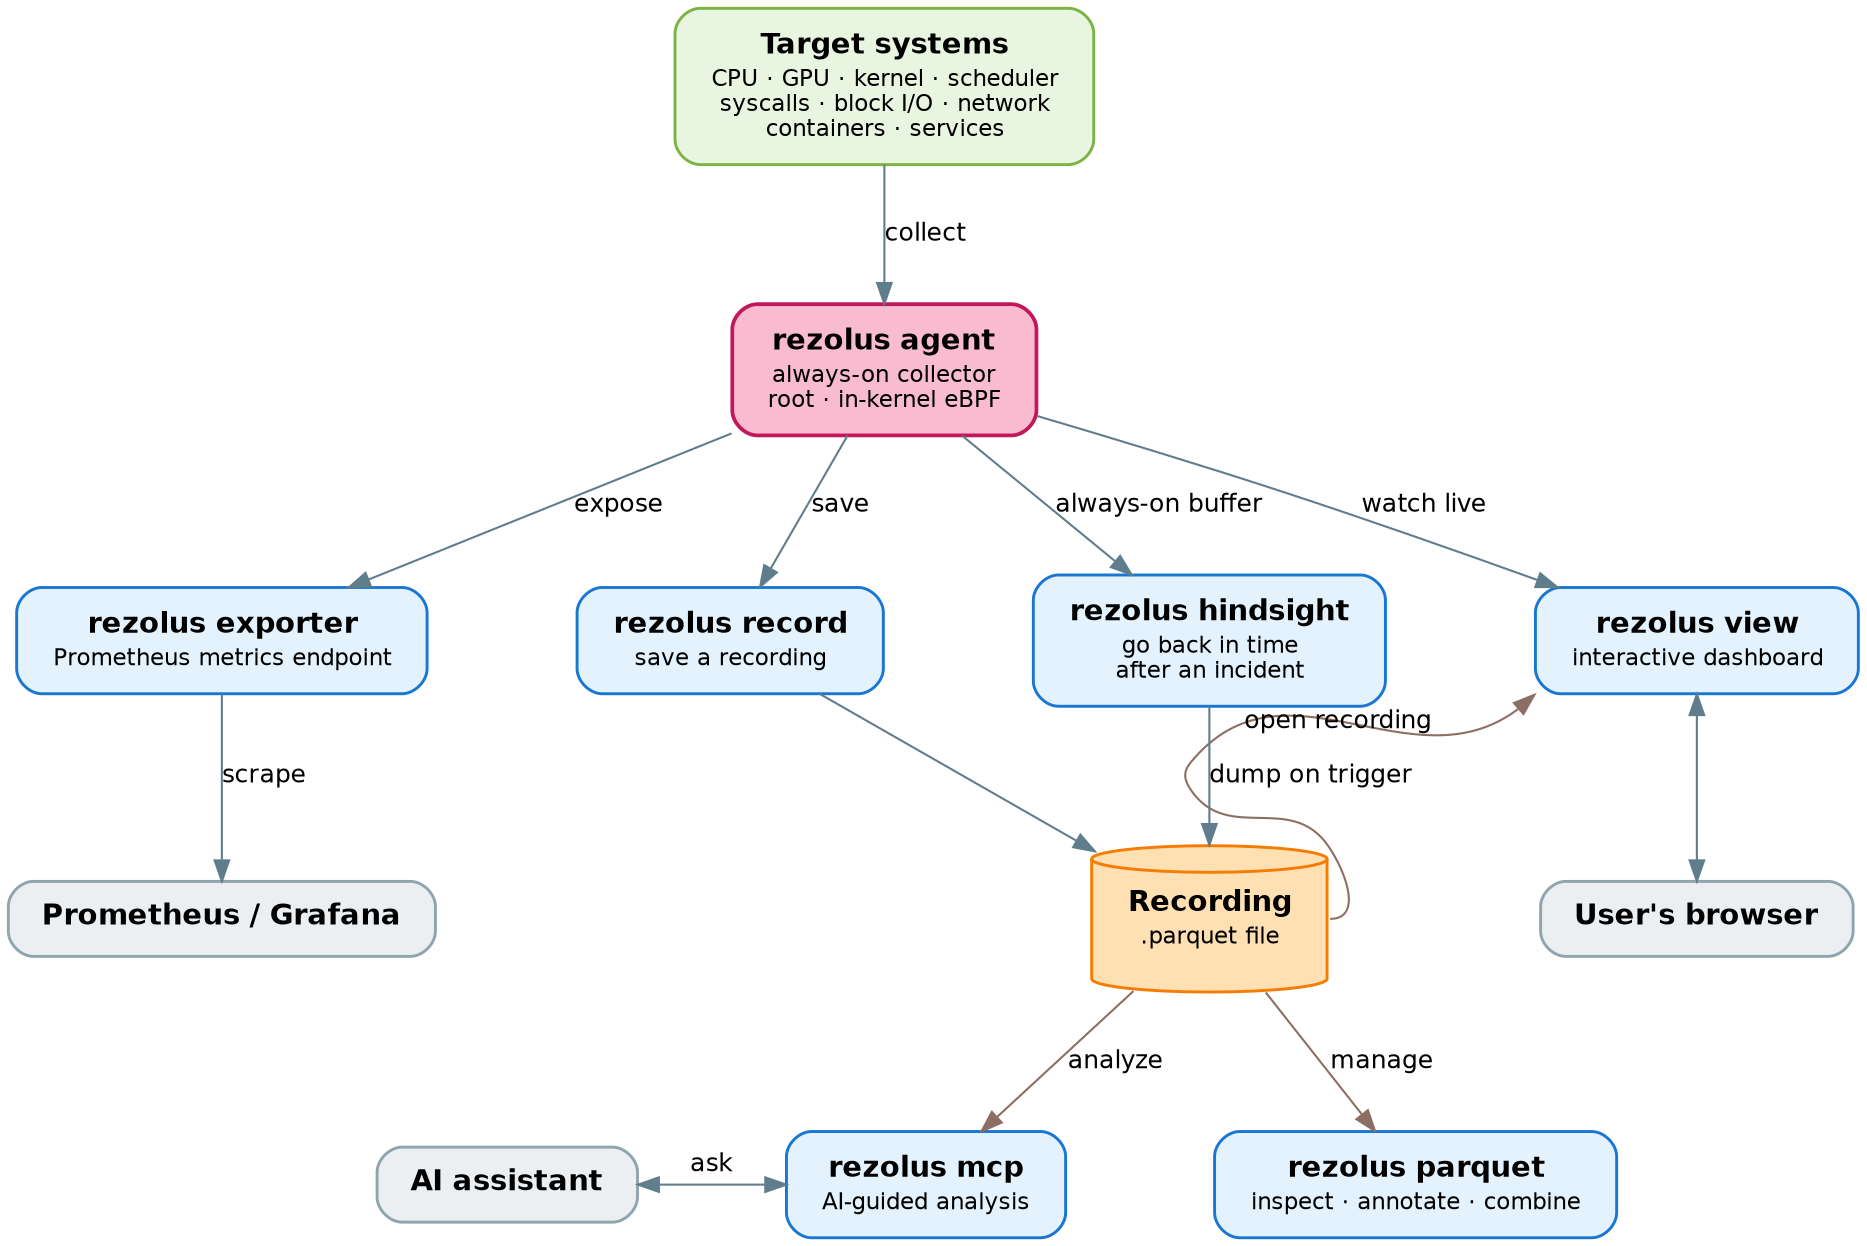
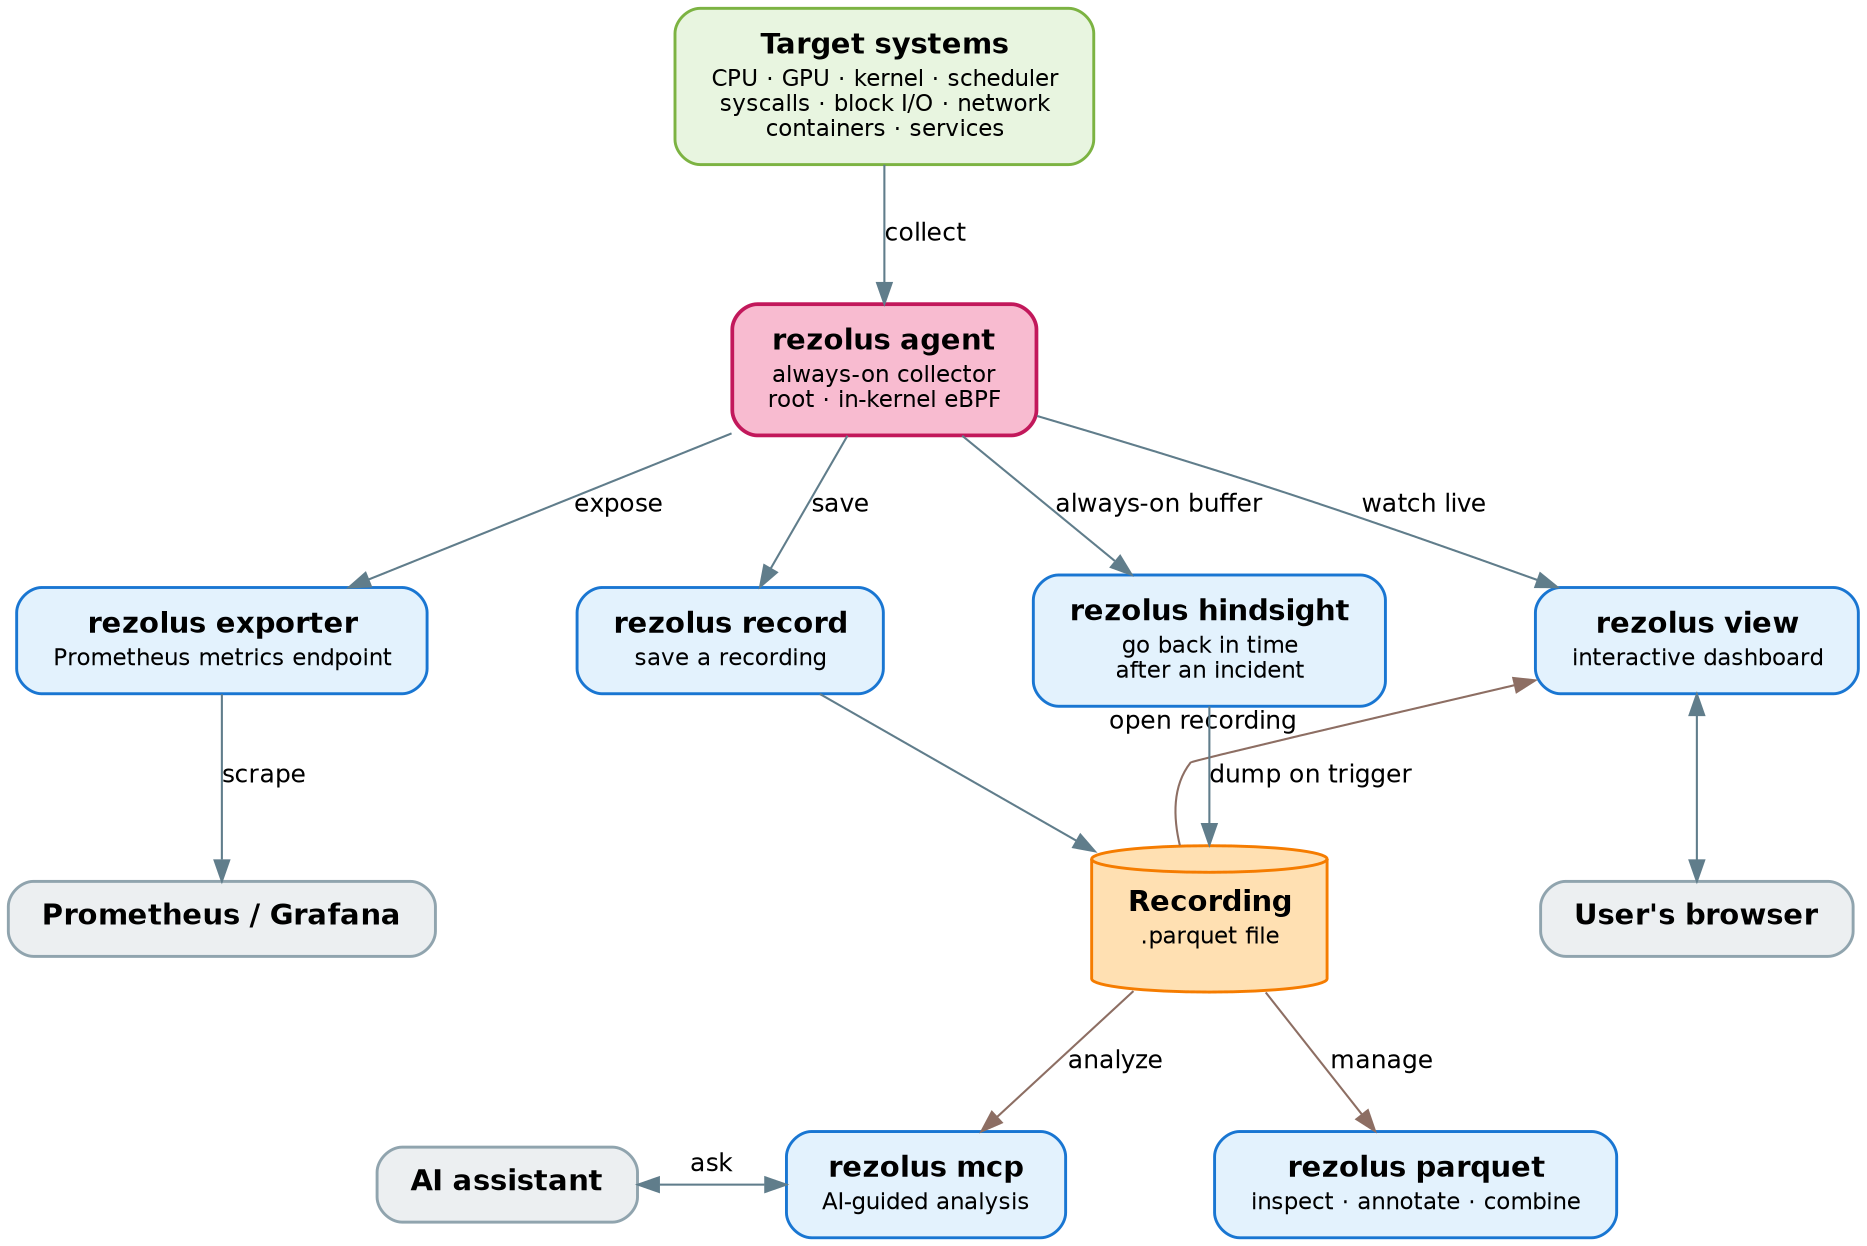
// Rezolus — what you can do with it (user's view)
//
// Render:  dot -Tsvg docs/architecture.dot -o docs/architecture.svg
//          dot -Tpng docs/architecture.dot -o docs/architecture.png
//
// Everything below is the one `rezolus` binary — you just pick the
// subcommand for the job. Arrows read as "what you do next".
//
// Labels use small HTML tables so the text centers (plain <br/> labels
// left-align in some Graphviz builds).

digraph rezolus {
  rankdir=TB;
  fontname="Helvetica";
  nodesep=0.5;
  ranksep=0.75;
  bgcolor="white";

  node [fontname="Helvetica", fontsize=14, shape=box, style="rounded,filled", penwidth=1.4, margin="0.22,0.14"];
  edge [fontname="Helvetica", fontsize=12, color="#607d8b"];

  // ---- What you're watching --------------------------------------------
  system [fillcolor="#e8f5e0", color="#7cb342", label=<
    <table border="0" cellborder="0" cellspacing="0" cellpadding="1">
      <tr><td align="center"><b>Target systems</b></td></tr>
      <tr><td align="center" balign="center"><font point-size="11">CPU · GPU · kernel · scheduler<br/>syscalls · block I/O · network<br/>containers · services</font></td></tr>
    </table>>];

  // ---- The always-on collector (pink: runs as root, eBPF in kernel) -----
  agent [fillcolor="#f8bbd0", color="#c2185b", penwidth=1.8, label=<
    <table border="0" cellborder="0" cellspacing="0" cellpadding="1">
      <tr><td align="center"><b>rezolus agent</b></td></tr>
      <tr><td align="center" balign="center"><font point-size="11">always-on collector<br/>root · in-kernel eBPF</font></td></tr>
    </table>>];

  // ---- Live: stream and watch ------------------------------------------
  exporter [fillcolor="#e3f2fd", color="#1976d2", group="gExp", label=<
    <table border="0" cellborder="0" cellspacing="0" cellpadding="1">
      <tr><td align="center"><b>rezolus exporter</b></td></tr>
      <tr><td align="center"><font point-size="11">Prometheus metrics endpoint</font></td></tr>
    </table>>];
  view [fillcolor="#e3f2fd", color="#1976d2", group="gView", label=<
    <table border="0" cellborder="0" cellspacing="0" cellpadding="1">
      <tr><td align="center"><b>rezolus view</b></td></tr>
      <tr><td align="center"><font point-size="11">interactive dashboard</font></td></tr>
    </table>>];

  // ---- Capture to a file -----------------------------------------------
  record [fillcolor="#e3f2fd", color="#1976d2", label=<
    <table border="0" cellborder="0" cellspacing="0" cellpadding="1">
      <tr><td align="center"><b>rezolus record</b></td></tr>
      <tr><td align="center"><font point-size="11">save a recording</font></td></tr>
    </table>>];
  hindsight [fillcolor="#e3f2fd", color="#1976d2", group="gRec", label=<
    <table border="0" cellborder="0" cellspacing="0" cellpadding="1">
      <tr><td align="center"><b>rezolus hindsight</b></td></tr>
      <tr><td align="center" balign="center"><font point-size="11">go back in time<br/>after an incident</font></td></tr>
    </table>>];

  // ---- Work with recordings --------------------------------------------
  mcp [fillcolor="#e3f2fd", color="#1976d2", label=<
    <table border="0" cellborder="0" cellspacing="0" cellpadding="1">
      <tr><td align="center"><b>rezolus mcp</b></td></tr>
      <tr><td align="center"><font point-size="11">AI-guided analysis</font></td></tr>
    </table>>];
  pqtools [fillcolor="#e3f2fd", color="#1976d2", label=<
    <table border="0" cellborder="0" cellspacing="0" cellpadding="1">
      <tr><td align="center"><b>rezolus parquet</b></td></tr>
      <tr><td align="center"><font point-size="11">inspect · annotate · combine</font></td></tr>
    </table>>];

  // ---- The recording artifact ------------------------------------------
  recording [shape=cylinder, fillcolor="#ffe0b2", color="#f57c00", group="gRec", label=<
    <table border="0" cellborder="0" cellspacing="0" cellpadding="1">
      <tr><td align="center"><b>Recording</b></td></tr>
      <tr><td align="center"><font point-size="11">.parquet file</font></td></tr>
    </table>>];

  // ---- Where the value lands -------------------------------------------
  grafana [label=<<b>Prometheus / Grafana</b>>, fillcolor="#eceff1", color="#90a4ae", group="gExp"];
  browser [label=<<b>User's browser</b>>,        fillcolor="#eceff1", color="#90a4ae", group="gView"];
  llm     [label=<<b>AI assistant</b>>,           fillcolor="#eceff1", color="#90a4ae"];

  // ---- Layout: rows keep the picture compact; invisible edges pin the
  //      left-to-right order within each row --------------------------
  // view sits on the far right (next to the recording it opens); the
  // other three are the expose/capture subcommands.
  {rank=same; exporter; record; hindsight; view; exporter -> record -> hindsight -> view [style=invis];}
  {rank=same; grafana; recording; browser; grafana -> recording -> browser [style=invis];}
  // mcp and parquet sit side by side directly under the recording, with
  // the AI assistant to the left of mcp.
  {rank=same; llm; mcp; pqtools; llm -> mcp -> pqtools [style=invis];}

  // ---- Collect ----------------------------------------------------------
  system -> agent [label="collect"];

  // ---- Live from the agent ---------------------------------------------
  agent -> exporter  [label="expose"];
  agent -> view      [label="watch live"];
  agent -> record    [label="save"];
  agent -> hindsight [label="always-on buffer"];

  exporter -> grafana [label="scrape", weight=10];

  // ---- Produce a recording ---------------------------------------------
  record    -> recording;
  hindsight -> recording [label="dump on trigger", weight=10];

  // ---- Open a recording in the viewer. Drawn as a downward edge with a
  //      reversed arrowhead so it routes cleanly instead of hooking back.
-   view:sw -> recording:e [dir=back, xlabel="open recording", color="#8d6e63", constraint=false];
+   view -> recording [dir=back, xlabel="open recording", color="#8d6e63", constraint=false];

  // ---- Analyze / manage a recording ------------------------------------
  recording -> mcp     [label="analyze", color="#8d6e63"];
  recording -> pqtools [label="manage",  color="#8d6e63"];

  // ---- Outcomes ---------------------------------------------------------
  view -> browser [dir=both, weight=10];
  llm  -> mcp     [label="ask", dir=both, constraint=false];
}
